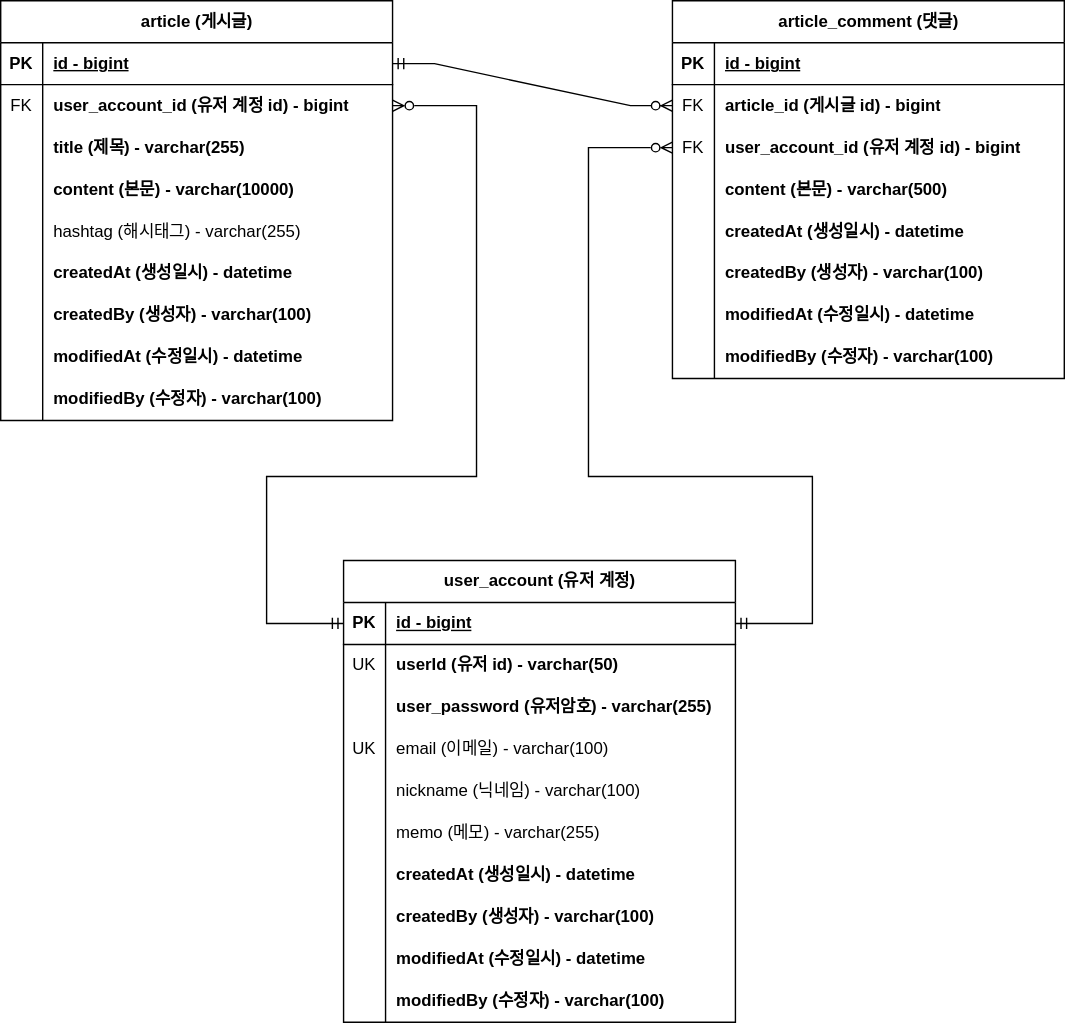
Before: document/project-board-erd.svg, a diagram exported from draw.io (benedictJHGil/fastcampus-project-board). Source tidied: cells renumbered, new cells last; positions are measured from the earlier drawing's top-left corner, leaving out a move shared by most shapes.
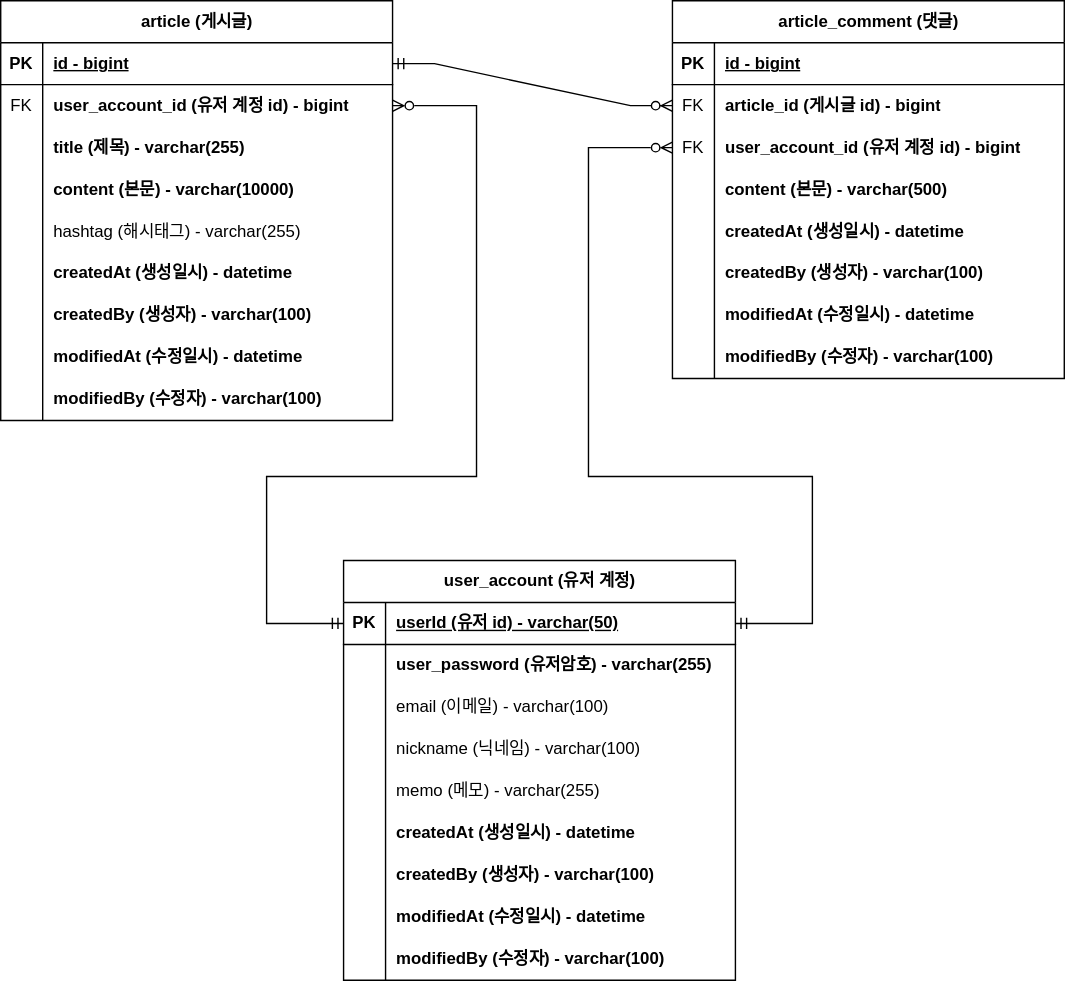
The same diagram one commit later.

Commit message:
#43 - ERD 문서 수정: 회원 계정 user_id 를 PK 로 변경

회원 계정 기존 `id` 를 삭제하고 `user_id`를 pk로 변경하는
그림 적용

The edit, as a diff of the source:
```diff
@@ -165,7 +165,7 @@
       <mxGeometry relative="1" as="geometry" />
     </mxCell>
     <mxCell id="56" value="user_account (유저 계정)" style="shape=table;startSize=30;rowLines=0;fontStyle=1;align=center;html=1;" parent="1" vertex="1">
-      <mxGeometry x="245" y="400" width="280" height="330" as="geometry" />
+      <mxGeometry x="245" y="400" width="280" height="300" as="geometry" />
     </mxCell>
     <mxCell id="57" style="shape=tableRow;horizontal=0;startSize=0;swimlaneHead=0;swimlaneBody=0;fillColor=none;points=[[0,0.5],[1,0.5]];portConstraint=eastwest;top=0;left=0;right=0;bottom=1;" parent="56" vertex="1">
       <mxGeometry y="30" width="280" height="30" as="geometry" />
@@ -173,20 +173,11 @@
     <mxCell id="58" value="PK" style="shape=partialRectangle;fillColor=none;top=0;left=0;bottom=0;right=0;fontStyle=1;overflow=hidden;whiteSpace=wrap;html=1;" parent="57" vertex="1">
       <mxGeometry width="30" height="30" as="geometry" />
     </mxCell>
-    <mxCell id="59" value="id - bigint" style="shape=partialRectangle;fillColor=none;top=0;left=0;bottom=0;right=0;align=left;spacingLeft=6;fontStyle=5;overflow=hidden;whiteSpace=wrap;html=1;" parent="57" vertex="1">
+    <mxCell id="59" value="userId (유저 id) - varchar(50)" style="shape=partialRectangle;fillColor=none;top=0;left=0;bottom=0;right=0;align=left;spacingLeft=6;fontStyle=5;overflow=hidden;whiteSpace=wrap;html=1;" parent="57" vertex="1">
       <mxGeometry x="30" width="250" height="30" as="geometry" />
     </mxCell>
-    <mxCell id="60" style="shape=tableRow;horizontal=0;startSize=0;swimlaneHead=0;swimlaneBody=0;fillColor=none;top=0;left=0;right=0;bottom=0;" parent="56" vertex="1">
-      <mxGeometry y="60" width="280" height="30" as="geometry" />
-    </mxCell>
-    <mxCell id="61" value="UK" style="shape=partialRectangle;fillColor=none;top=0;left=0;bottom=0;right=0;overflow=hidden;whiteSpace=wrap;html=1;" parent="60" vertex="1">
-      <mxGeometry width="30" height="30" as="geometry" />
-    </mxCell>
-    <mxCell id="62" value="userId (유저 id) - varchar(50)" style="shape=partialRectangle;fillColor=none;top=0;left=0;bottom=0;right=0;align=left;spacingLeft=6;overflow=hidden;whiteSpace=wrap;html=1;fontStyle=1;" parent="60" vertex="1">
-      <mxGeometry x="30" width="250" height="30" as="geometry" />
-    </mxCell>
     <mxCell id="63" style="shape=tableRow;horizontal=0;startSize=0;swimlaneHead=0;swimlaneBody=0;fillColor=none;top=0;left=0;right=0;bottom=0;" parent="56" vertex="1">
-      <mxGeometry y="90" width="280" height="30" as="geometry" />
+      <mxGeometry y="60" width="280" height="30" as="geometry" />
     </mxCell>
     <mxCell id="64" style="shape=partialRectangle;fillColor=none;top=0;left=0;bottom=0;right=0;overflow=hidden;whiteSpace=wrap;html=1;" parent="63" vertex="1">
       <mxGeometry width="30" height="30" as="geometry" />
@@ -195,16 +186,16 @@
       <mxGeometry x="30" width="250" height="30" as="geometry" />
     </mxCell>
     <mxCell id="66" style="shape=tableRow;horizontal=0;startSize=0;swimlaneHead=0;swimlaneBody=0;fillColor=none;top=0;left=0;right=0;bottom=0;" parent="56" vertex="1">
-      <mxGeometry y="120" width="280" height="30" as="geometry" />
+      <mxGeometry y="90" width="280" height="30" as="geometry" />
     </mxCell>
-    <mxCell id="67" value="UK" style="shape=partialRectangle;fillColor=none;top=0;left=0;bottom=0;right=0;overflow=hidden;whiteSpace=wrap;html=1;" parent="66" vertex="1">
+    <mxCell id="67" style="shape=partialRectangle;fillColor=none;top=0;left=0;bottom=0;right=0;overflow=hidden;whiteSpace=wrap;html=1;" parent="66" vertex="1">
       <mxGeometry width="30" height="30" as="geometry" />
     </mxCell>
     <mxCell id="68" value="email (이메일) - varchar(100)" style="shape=partialRectangle;fillColor=none;top=0;left=0;bottom=0;right=0;align=left;spacingLeft=6;overflow=hidden;whiteSpace=wrap;html=1;" parent="66" vertex="1">
       <mxGeometry x="30" width="250" height="30" as="geometry" />
     </mxCell>
     <mxCell id="69" style="shape=tableRow;horizontal=0;startSize=0;swimlaneHead=0;swimlaneBody=0;fillColor=none;top=0;left=0;right=0;bottom=0;" parent="56" vertex="1">
-      <mxGeometry y="150" width="280" height="30" as="geometry" />
+      <mxGeometry y="120" width="280" height="30" as="geometry" />
     </mxCell>
     <mxCell id="70" style="shape=partialRectangle;fillColor=none;top=0;left=0;bottom=0;right=0;overflow=hidden;whiteSpace=wrap;html=1;" parent="69" vertex="1">
       <mxGeometry width="30" height="30" as="geometry" />
@@ -213,7 +204,7 @@
       <mxGeometry x="30" width="250" height="30" as="geometry" />
     </mxCell>
     <mxCell id="72" style="shape=tableRow;horizontal=0;startSize=0;swimlaneHead=0;swimlaneBody=0;fillColor=none;top=0;left=0;right=0;bottom=0;" parent="56" vertex="1">
-      <mxGeometry y="180" width="280" height="30" as="geometry" />
+      <mxGeometry y="150" width="280" height="30" as="geometry" />
     </mxCell>
     <mxCell id="73" style="shape=partialRectangle;fillColor=none;top=0;left=0;bottom=0;right=0;overflow=hidden;whiteSpace=wrap;html=1;" parent="72" vertex="1">
       <mxGeometry width="30" height="30" as="geometry" />
@@ -222,7 +213,7 @@
       <mxGeometry x="30" width="250" height="30" as="geometry" />
     </mxCell>
     <mxCell id="75" style="shape=tableRow;horizontal=0;startSize=0;swimlaneHead=0;swimlaneBody=0;fillColor=none;top=0;left=0;right=0;bottom=0;" parent="56" vertex="1">
-      <mxGeometry y="210" width="280" height="30" as="geometry" />
+      <mxGeometry y="180" width="280" height="30" as="geometry" />
     </mxCell>
     <mxCell id="76" style="shape=partialRectangle;fillColor=none;top=0;left=0;bottom=0;right=0;overflow=hidden;whiteSpace=wrap;html=1;" parent="75" vertex="1">
       <mxGeometry width="30" height="30" as="geometry" />
@@ -231,7 +222,7 @@
       <mxGeometry x="30" width="250" height="30" as="geometry" />
     </mxCell>
     <mxCell id="78" style="shape=tableRow;horizontal=0;startSize=0;swimlaneHead=0;swimlaneBody=0;fillColor=none;top=0;left=0;right=0;bottom=0;" parent="56" vertex="1">
-      <mxGeometry y="240" width="280" height="30" as="geometry" />
+      <mxGeometry y="210" width="280" height="30" as="geometry" />
     </mxCell>
     <mxCell id="79" style="shape=partialRectangle;fillColor=none;top=0;left=0;bottom=0;right=0;overflow=hidden;whiteSpace=wrap;html=1;" parent="78" vertex="1">
       <mxGeometry width="30" height="30" as="geometry" />
@@ -240,7 +231,7 @@
       <mxGeometry x="30" width="250" height="30" as="geometry" />
     </mxCell>
     <mxCell id="81" style="shape=tableRow;horizontal=0;startSize=0;swimlaneHead=0;swimlaneBody=0;fillColor=none;top=0;left=0;right=0;bottom=0;" parent="56" vertex="1">
-      <mxGeometry y="270" width="280" height="30" as="geometry" />
+      <mxGeometry y="240" width="280" height="30" as="geometry" />
     </mxCell>
     <mxCell id="82" style="shape=partialRectangle;fillColor=none;top=0;left=0;bottom=0;right=0;overflow=hidden;whiteSpace=wrap;html=1;" parent="81" vertex="1">
       <mxGeometry width="30" height="30" as="geometry" />
@@ -249,7 +240,7 @@
       <mxGeometry x="30" width="250" height="30" as="geometry" />
     </mxCell>
     <mxCell id="84" style="shape=tableRow;horizontal=0;startSize=0;swimlaneHead=0;swimlaneBody=0;fillColor=none;top=0;left=0;right=0;bottom=0;fontStyle=1;" parent="56" vertex="1">
-      <mxGeometry y="300" width="280" height="30" as="geometry" />
+      <mxGeometry y="270" width="280" height="30" as="geometry" />
     </mxCell>
     <mxCell id="85" style="shape=partialRectangle;fillColor=none;top=0;left=0;bottom=0;right=0;overflow=hidden;whiteSpace=wrap;html=1;" parent="84" vertex="1">
       <mxGeometry width="30" height="30" as="geometry" />
```
